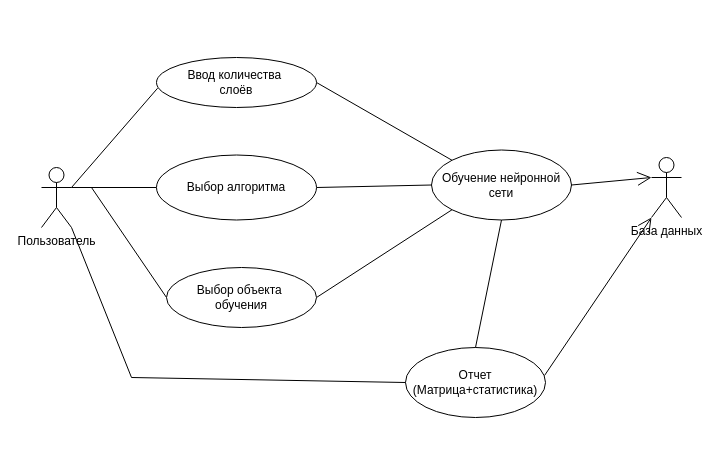
This is Untitled Diagram.drawio from mksmp/network-learning-accelerator, a draw.io file, before an edit. Source tidied: cells renumbered, new cells numbered last; positions are measured from the earlier drawing's top-left corner, leaving out a move shared by most shapes. Both pictures are drawn from the tidied source at 100%, with x=0, y=0 at pixel (41, 57).
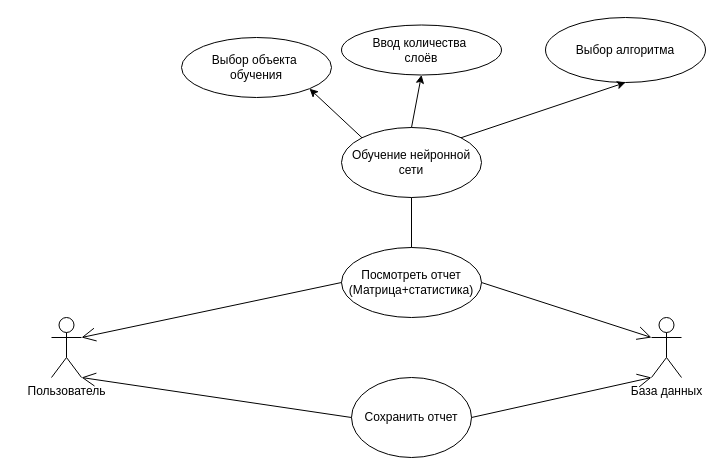
The same diagram, later.

Change to the diagram source:
```diff
@@
     <mxCell id="2" value="Пользователь&lt;br&gt;&lt;div style=&quot;text-align: justify&quot;&gt;&lt;/div&gt;" style="shape=umlActor;verticalLabelPosition=bottom;verticalAlign=top;html=1;" parent="1" vertex="1">
-      <mxGeometry y="110" width="30" height="60" as="geometry" />
+      <mxGeometry x="10" y="260" width="30" height="60" as="geometry" />
     </mxCell>
-    <mxCell id="3" style="endArrow=none;html=1;entryX=0.007;entryY=0.614;entryDx=0;entryDy=0;exitX=1;exitY=0.3333333333333333;exitDx=0;exitDy=0;exitPerimeter=0;entryPerimeter=0;" parent="1" edge="1" source="2" target="18">
-      <mxGeometry relative="1" as="geometry" />
-    </mxCell>
-    <mxCell id="4" style="endArrow=none;html=1;exitX=0;exitY=0.5;exitDx=0;exitDy=0;entryX=1;entryY=0.3333333333333333;entryDx=0;entryDy=0;entryPerimeter=0;" parent="1" edge="1" source="17" target="2">
-      <mxGeometry relative="1" as="geometry" />
-    </mxCell>
-    <mxCell id="5" style="endArrow=none;html=1;entryX=0;entryY=0.5;entryDx=0;entryDy=0;" parent="1" edge="1" target="19">
-      <mxGeometry relative="1" as="geometry">
-        <mxPoint x="50" y="130" as="sourcePoint" />
-      </mxGeometry>
-    </mxCell>
     <mxCell id="6" value="Обучение нейронной&lt;br&gt;сети" style="ellipse;whiteSpace=wrap;html=1;" parent="1" vertex="1">
-      <mxGeometry x="390" y="92.5" width="140" height="70" as="geometry" />
+      <mxGeometry x="300" y="70" width="140" height="70" as="geometry" />
     </mxCell>
     <mxCell id="7" value="База данных" style="shape=umlActor;verticalLabelPosition=bottom;verticalAlign=top;html=1;" parent="1" vertex="1">
-      <mxGeometry x="610" y="100" width="30" height="60" as="geometry" />
+      <mxGeometry x="610" y="260" width="30" height="60" as="geometry" />
     </mxCell>
-    <mxCell id="8" style="endArrow=open;endFill=1;endSize=12;html=1;entryX=0;entryY=0.3333333333333333;entryDx=0;entryDy=0;entryPerimeter=0;exitX=1;exitY=0.5;exitDx=0;exitDy=0;" parent="1" edge="1" source="6" target="7">
-      <mxGeometry relative="1" as="geometry" />
-    </mxCell>
-    <mxCell id="9" style="endArrow=none;html=1;exitX=1;exitY=0.5;exitDx=0;exitDy=0;entryX=0;entryY=0;entryDx=0;entryDy=0;" parent="1" edge="1" source="18" target="6">
-      <mxGeometry relative="1" as="geometry" />
-    </mxCell>
-    <mxCell id="10" style="endArrow=none;html=1;exitX=1;exitY=0.5;exitDx=0;exitDy=0;entryX=0;entryY=0.5;entryDx=0;entryDy=0;" parent="1" edge="1" source="17" target="6">
-      <mxGeometry relative="1" as="geometry" />
-    </mxCell>
-    <mxCell id="11" style="endArrow=none;html=1;exitX=1;exitY=0.5;exitDx=0;exitDy=0;entryX=0;entryY=1;entryDx=0;entryDy=0;" parent="1" edge="1" source="19" target="6">
-      <mxGeometry relative="1" as="geometry" />
-    </mxCell>
-    <mxCell id="12" value="Отчет &lt;br&gt;(Матрица+статистика)" style="ellipse;whiteSpace=wrap;html=1;" parent="1" vertex="1">
-      <mxGeometry x="364" y="290" width="140" height="70" as="geometry" />
+    <mxCell id="12" value="Посмотреть отчет &lt;br&gt;(Матрица+статистика)" style="ellipse;whiteSpace=wrap;html=1;" parent="1" vertex="1">
+      <mxGeometry x="300" y="190" width="140" height="70" as="geometry" />
     </mxCell>
-    <mxCell id="13" style="endArrow=none;html=1;exitX=1;exitY=1;exitDx=0;exitDy=0;exitPerimeter=0;" parent="1" edge="1" source="2">
-      <mxGeometry relative="1" as="geometry">
-        <mxPoint x="90" y="320" as="targetPoint" />
-      </mxGeometry>
-    </mxCell>
-    <mxCell id="14" style="endArrow=none;html=1;entryX=0;entryY=0.5;entryDx=0;entryDy=0;" parent="1" edge="1" target="12">
-      <mxGeometry relative="1" as="geometry">
-        <mxPoint x="90" y="320" as="sourcePoint" />
-      </mxGeometry>
-    </mxCell>
-    <mxCell id="15" style="endArrow=open;endFill=1;endSize=12;html=1;entryX=0;entryY=1;entryDx=0;entryDy=0;entryPerimeter=0;exitX=0.993;exitY=0.4;exitDx=0;exitDy=0;exitPerimeter=0;" parent="1" edge="1" source="12" target="7">
-      <mxGeometry relative="1" as="geometry" />
-    </mxCell>
@@
     <mxCell id="17" value="&lt;span&gt;Выбор алгоритма&lt;/span&gt;" style="ellipse;whiteSpace=wrap;html=1;" parent="1" vertex="1">
-      <mxGeometry x="115" y="97.5" width="160" height="65" as="geometry" />
+      <mxGeometry x="504" y="-40" width="160" height="65" as="geometry" />
     </mxCell>
     <mxCell id="18" value="&lt;span&gt;Ввод количества&amp;nbsp;&lt;/span&gt;&lt;br&gt;&lt;span&gt;слоёв&lt;/span&gt;" style="ellipse;whiteSpace=wrap;html=1;" parent="1" vertex="1">
-      <mxGeometry x="115" width="160" height="50" as="geometry" />
+      <mxGeometry x="300" y="-32.5" width="160" height="50" as="geometry" />
     </mxCell>
     <mxCell id="19" value="&lt;span&gt;Выбор объекта&amp;nbsp;&lt;/span&gt;&lt;br&gt;&lt;span&gt;обучения&lt;/span&gt;" style="ellipse;whiteSpace=wrap;html=1;" parent="1" vertex="1">
-      <mxGeometry x="125" y="210" width="150" height="60" as="geometry" />
+      <mxGeometry x="140" y="-20" width="150" height="60" as="geometry" />
     </mxCell>
+    <mxCell id="20" value="Сохранить отчет" style="ellipse;whiteSpace=wrap;html=1;" parent="1" vertex="1">
+      <mxGeometry x="310" y="320" width="120" height="80" as="geometry" />
+    </mxCell>
+    <mxCell id="21" style="endArrow=open;endFill=1;endSize=12;html=1;exitX=0;exitY=0.5;exitDx=0;exitDy=0;entryX=1;entryY=0.3333333333333333;entryDx=0;entryDy=0;entryPerimeter=0;" parent="1" edge="1" source="12" target="2">
+      <mxGeometry relative="1" as="geometry" />
+    </mxCell>
+    <mxCell id="22" style="endArrow=open;endFill=1;endSize=12;html=1;entryX=1;entryY=1;entryDx=0;entryDy=0;entryPerimeter=0;exitX=0;exitY=0.5;exitDx=0;exitDy=0;" parent="1" edge="1" source="20" target="2">
+      <mxGeometry relative="1" as="geometry" />
+    </mxCell>
+    <mxCell id="11" style="endArrow=none;endFill=0;endSize=12;html=1;exitX=1;exitY=1;exitDx=0;exitDy=0;entryX=0;entryY=0;entryDx=0;entryDy=0;startArrow=classic;startFill=1;" parent="1" edge="1" source="19" target="6">
+      <mxGeometry relative="1" as="geometry" />
+    </mxCell>
+    <mxCell id="9" style="endArrow=none;endFill=0;endSize=12;html=1;exitX=0.5;exitY=1;exitDx=0;exitDy=0;entryX=0.5;entryY=0;entryDx=0;entryDy=0;startArrow=classic;startFill=1;" parent="1" edge="1" source="18" target="6">
+      <mxGeometry relative="1" as="geometry" />
+    </mxCell>
+    <mxCell id="10" style="endArrow=none;endFill=0;endSize=12;html=1;exitX=0.5;exitY=1;exitDx=0;exitDy=0;entryX=1;entryY=0;entryDx=0;entryDy=0;startArrow=classic;startFill=1;" parent="1" edge="1" source="17" target="6">
+      <mxGeometry relative="1" as="geometry" />
+    </mxCell>
+    <mxCell id="15" style="endArrow=open;endFill=1;endSize=12;html=1;entryX=0;entryY=0.3333333333333333;entryDx=0;entryDy=0;entryPerimeter=0;exitX=1;exitY=0.5;exitDx=0;exitDy=0;" parent="1" edge="1" source="12" target="7">
+      <mxGeometry relative="1" as="geometry" />
+    </mxCell>
+    <mxCell id="23" style="endArrow=open;endFill=1;endSize=12;html=1;entryX=0;entryY=1;entryDx=0;entryDy=0;entryPerimeter=0;exitX=1;exitY=0.5;exitDx=0;exitDy=0;" parent="1" edge="1" source="20" target="7">
+      <mxGeometry relative="1" as="geometry" />
+    </mxCell>
```
